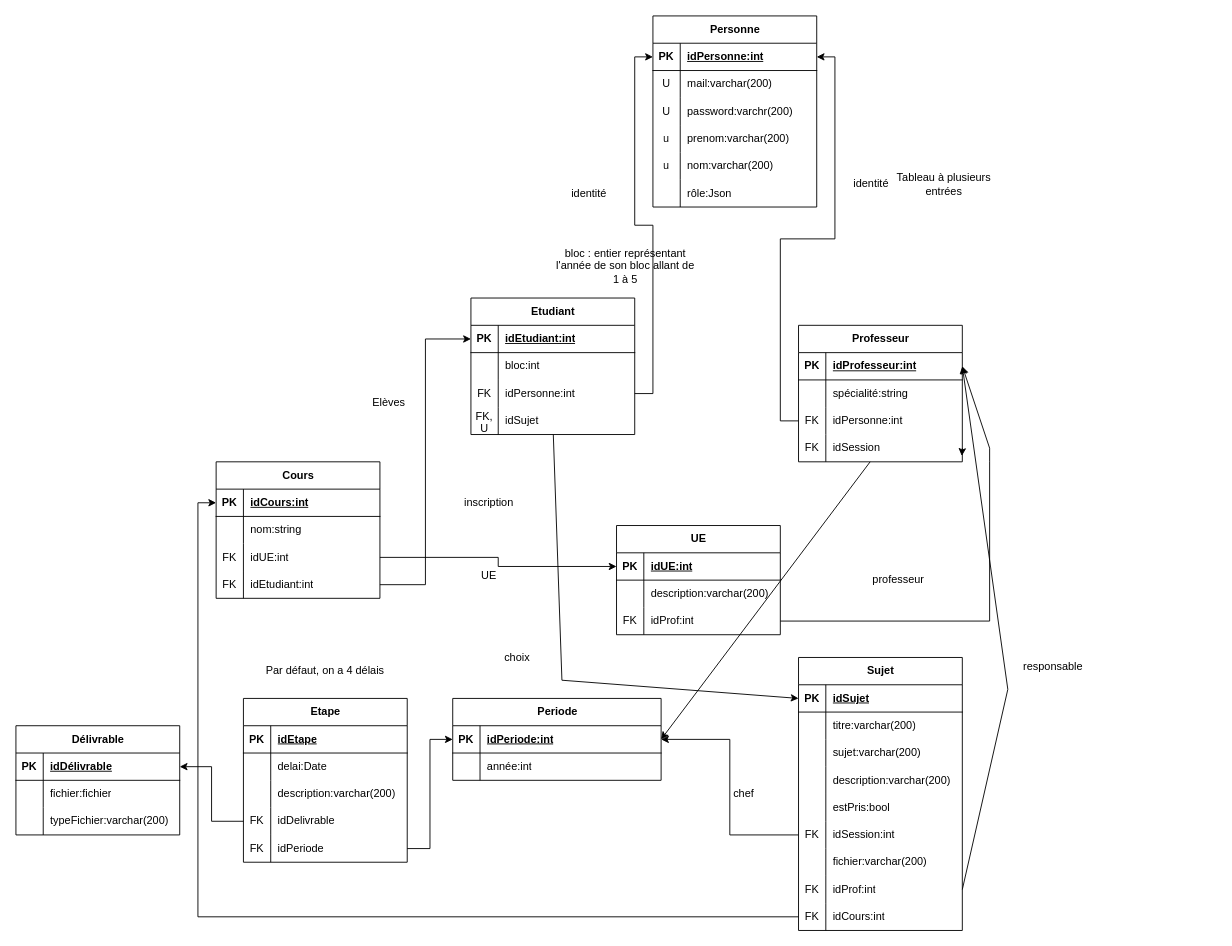
Above: page "Schéma relationnel" (1 of 2) of Docs/diagrammes/entiteRelationBD.drawio in Eragon6080/ProjetLogiciel2024 (draw.io), before the change. Source tidied: cells renumbered, new cells numbered last; positions are measured from the earlier drawing's top-left corner, leaving out a move shared by most shapes. Both pictures are drawn from the tidied source at 91%, with x=0, y=0 at pixel (15, 15).
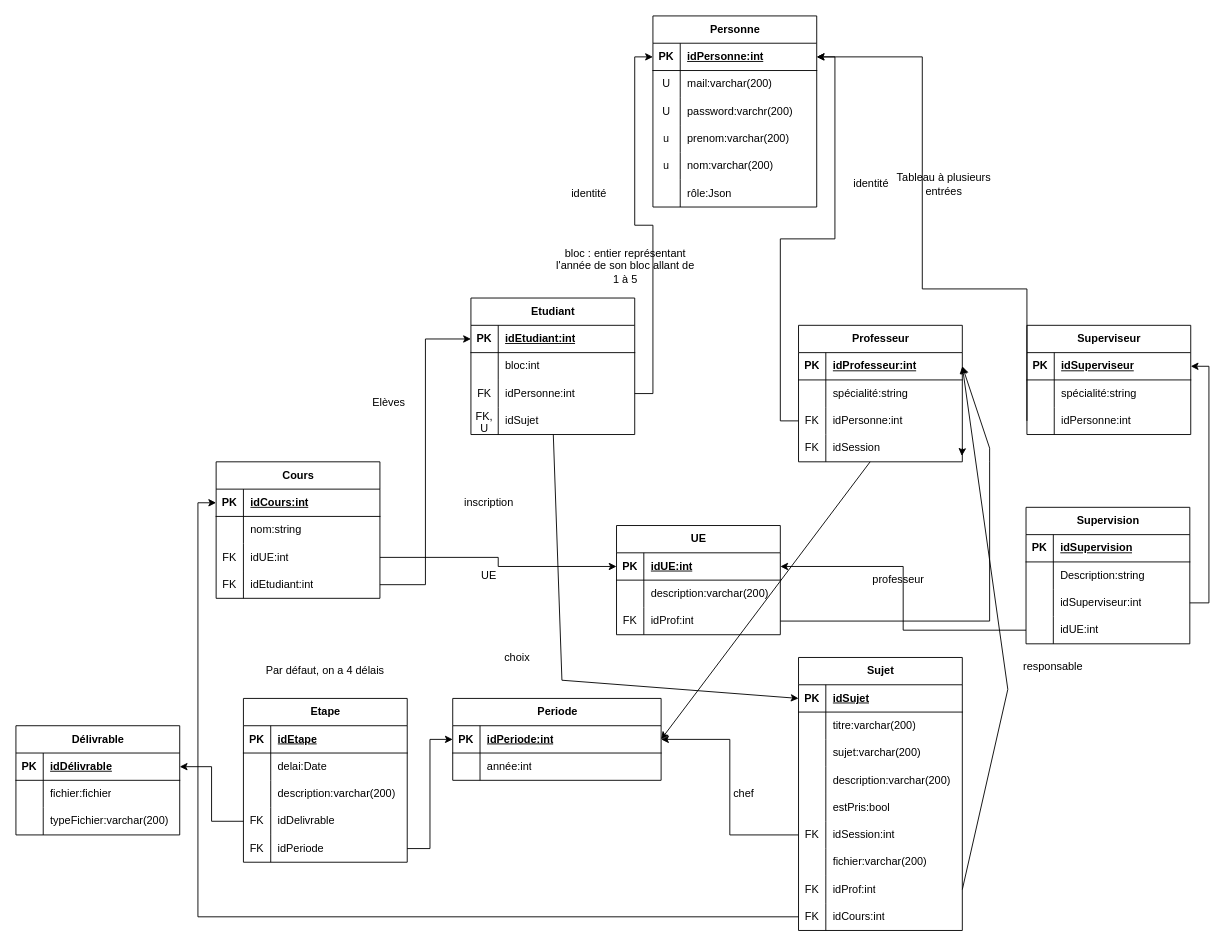
The same page after the edit.

Commit message (it also covers changes not shown here):
Mise à jour des schémas + script d'init BD Je suis partie sur l'id qu'une UE peut avoir plusieurs superviseur et qu'un superviseur peut superviser plusieurs cours pour refléter le cas de l'unif

The change refers to these unchanged cells:
```xml
<mxCell id="33" style="shape=tableRow;horizontal=0;startSize=0;swimlaneHead=0;swimlaneBody=0;fillColor=none;points=[[0,0.5],[1,0.5]];portConstraint=eastwest;top=0;left=0;right=0;bottom=1;" parent="32" vertex="1">
  <mxGeometry y="30" width="180" height="30" as="geometry" />
</mxCell>
<mxCell id="81" style="shape=tableRow;horizontal=0;startSize=0;swimlaneHead=0;swimlaneBody=0;fillColor=none;points=[[0,0.5],[1,0.5]];portConstraint=eastwest;top=0;left=0;right=0;bottom=1;" parent="80" vertex="1">
  <mxGeometry y="30" width="180" height="30" as="geometry" />
</mxCell>
```

What changed in the source:
```diff
@@
+    <mxCell id="157" value="Superviseur" style="shape=table;startSize=30;childLayout=tableLayout;rowLines=0;fontStyle=1;align=center;html=1;" parent="1" vertex="1">
+      <mxGeometry x="1111" y="340" width="180" height="120" as="geometry" />
+    </mxCell>
+    <mxCell id="158" style="shape=tableRow;horizontal=0;startSize=0;swimlaneHead=0;swimlaneBody=0;fillColor=none;points=[[0,0.5],[1,0.5]];portConstraint=eastwest;top=0;left=0;right=0;bottom=1;" parent="157" vertex="1">
+      <mxGeometry y="30" width="180" height="30" as="geometry" />
+    </mxCell>
+    <mxCell id="159" value="PK" style="shape=partialRectangle;fillColor=none;top=0;left=0;bottom=0;right=0;fontStyle=1;overflow=hidden;whiteSpace=wrap;html=1;" parent="158" vertex="1">
+      <mxGeometry width="30" height="30" as="geometry" />
+    </mxCell>
+    <mxCell id="160" value="idSuperviseur" style="shape=partialRectangle;fillColor=none;top=0;left=0;bottom=0;right=0;align=left;spacingLeft=6;fontStyle=5;overflow=hidden;whiteSpace=wrap;html=1;" parent="158" vertex="1">
+      <mxGeometry x="30" width="150" height="30" as="geometry" />
+    </mxCell>
+    <mxCell id="161" style="shape=tableRow;horizontal=0;startSize=0;swimlaneHead=0;swimlaneBody=0;fillColor=none;top=0;left=0;right=0;bottom=0;" parent="157" vertex="1">
+      <mxGeometry y="60" width="180" height="30" as="geometry" />
+    </mxCell>
+    <mxCell id="162" style="shape=partialRectangle;fillColor=none;top=0;left=0;bottom=0;right=0;overflow=hidden;whiteSpace=wrap;html=1;" parent="161" vertex="1">
+      <mxGeometry width="30" height="30" as="geometry" />
+    </mxCell>
+    <mxCell id="163" value="spécialité:string" style="shape=partialRectangle;fillColor=none;top=0;left=0;bottom=0;right=0;align=left;spacingLeft=6;overflow=hidden;whiteSpace=wrap;html=1;" parent="161" vertex="1">
+      <mxGeometry x="30" width="150" height="30" as="geometry" />
+    </mxCell>
+    <mxCell id="164" style="shape=tableRow;horizontal=0;startSize=0;swimlaneHead=0;swimlaneBody=0;fillColor=none;points=[[0,0.5],[1,0.5]];portConstraint=eastwest;top=0;left=0;right=0;bottom=0;" parent="157" vertex="1">
+      <mxGeometry y="90" width="180" height="30" as="geometry" />
+    </mxCell>
+    <mxCell id="165" style="shape=partialRectangle;fillColor=none;top=0;left=0;bottom=0;right=0;overflow=hidden;whiteSpace=wrap;html=1;" parent="164" vertex="1">
+      <mxGeometry width="30" height="30" as="geometry" />
+    </mxCell>
+    <mxCell id="166" value="idPersonne:int" style="shape=partialRectangle;fillColor=none;top=0;left=0;bottom=0;right=0;align=left;spacingLeft=6;overflow=hidden;whiteSpace=wrap;html=1;" parent="164" vertex="1">
+      <mxGeometry x="30" width="150" height="30" as="geometry" />
+    </mxCell>
+    <mxCell id="167" style="edgeStyle=orthogonalEdgeStyle;rounded=0;jettySize=auto;html=1;exitX=0;exitY=0.5;exitDx=0;exitDy=0;entryX=1;entryY=0.5;entryDx=0;entryDy=0;" parent="1" edge="1" source="164" target="33">
+      <mxGeometry relative="1" as="geometry">
+        <Array as="points">
+          <mxPoint x="1111" y="300" />
+          <mxPoint x="996" y="300" />
+          <mxPoint x="996" y="45" />
+        </Array>
+      </mxGeometry>
+    </mxCell>
+    <mxCell id="168" value="Supervision" style="shape=table;startSize=30;childLayout=tableLayout;rowLines=0;fontStyle=1;align=center;html=1;" parent="1" vertex="1">
+      <mxGeometry x="1110" y="540" width="180" height="150" as="geometry" />
+    </mxCell>
+    <mxCell id="169" style="shape=tableRow;horizontal=0;startSize=0;swimlaneHead=0;swimlaneBody=0;fillColor=none;top=0;left=0;right=0;bottom=1;" parent="168" vertex="1">
+      <mxGeometry y="30" width="180" height="30" as="geometry" />
+    </mxCell>
+    <mxCell id="170" value="PK" style="shape=partialRectangle;fillColor=none;top=0;left=0;bottom=0;right=0;fontStyle=1;overflow=hidden;whiteSpace=wrap;html=1;" parent="169" vertex="1">
+      <mxGeometry width="30" height="30" as="geometry" />
+    </mxCell>
+    <mxCell id="171" value="idSupervision" style="shape=partialRectangle;fillColor=none;top=0;left=0;bottom=0;right=0;align=left;spacingLeft=6;fontStyle=5;overflow=hidden;whiteSpace=wrap;html=1;" parent="169" vertex="1">
+      <mxGeometry x="30" width="150" height="30" as="geometry" />
+    </mxCell>
+    <mxCell id="172" style="shape=tableRow;horizontal=0;startSize=0;swimlaneHead=0;swimlaneBody=0;fillColor=none;top=0;left=0;right=0;bottom=0;" parent="168" vertex="1">
+      <mxGeometry y="60" width="180" height="30" as="geometry" />
+    </mxCell>
+    <mxCell id="173" style="shape=partialRectangle;fillColor=none;top=0;left=0;bottom=0;right=0;overflow=hidden;whiteSpace=wrap;html=1;" parent="172" vertex="1">
+      <mxGeometry width="30" height="30" as="geometry" />
+    </mxCell>
+    <mxCell id="174" value="Description:string" style="shape=partialRectangle;fillColor=none;top=0;left=0;bottom=0;right=0;align=left;spacingLeft=6;overflow=hidden;whiteSpace=wrap;html=1;" parent="172" vertex="1">
+      <mxGeometry x="30" width="150" height="30" as="geometry" />
+    </mxCell>
+    <mxCell id="175" style="shape=tableRow;horizontal=0;startSize=0;swimlaneHead=0;swimlaneBody=0;fillColor=none;points=[[0,0.5],[1,0.5]];portConstraint=eastwest;top=0;left=0;right=0;bottom=0;" parent="168" vertex="1">
+      <mxGeometry y="90" width="180" height="30" as="geometry" />
+    </mxCell>
+    <mxCell id="176" style="shape=partialRectangle;fillColor=none;top=0;left=0;bottom=0;right=0;overflow=hidden;whiteSpace=wrap;html=1;" parent="175" vertex="1">
+      <mxGeometry width="30" height="30" as="geometry" />
+    </mxCell>
+    <mxCell id="177" value="idSuperviseur:int" style="shape=partialRectangle;fillColor=none;top=0;left=0;bottom=0;right=0;align=left;spacingLeft=6;overflow=hidden;whiteSpace=wrap;html=1;" parent="175" vertex="1">
+      <mxGeometry x="30" width="150" height="30" as="geometry" />
+    </mxCell>
+    <mxCell id="178" style="shape=tableRow;horizontal=0;startSize=0;swimlaneHead=0;swimlaneBody=0;fillColor=none;points=[[0,0.5],[1,0.5]];portConstraint=eastwest;top=0;left=0;right=0;bottom=0;" parent="168" vertex="1">
+      <mxGeometry y="120" width="180" height="30" as="geometry" />
+    </mxCell>
+    <mxCell id="179" style="shape=partialRectangle;fillColor=none;top=0;left=0;bottom=0;right=0;overflow=hidden;whiteSpace=wrap;html=1;" parent="178" vertex="1">
+      <mxGeometry width="30" height="30" as="geometry" />
+    </mxCell>
+    <mxCell id="180" value="idUE:int" style="shape=partialRectangle;fillColor=none;top=0;left=0;bottom=0;right=0;align=left;spacingLeft=6;overflow=hidden;whiteSpace=wrap;html=1;" parent="178" vertex="1">
+      <mxGeometry x="30" width="150" height="30" as="geometry" />
+    </mxCell>
+    <mxCell id="181" style="edgeStyle=orthogonalEdgeStyle;rounded=0;jettySize=auto;html=1;exitX=1;exitY=0.5;exitDx=0;exitDy=0;entryX=1;entryY=0.5;entryDx=0;entryDy=0;" parent="1" edge="1" source="175" target="158">
+      <mxGeometry relative="1" as="geometry" />
+    </mxCell>
+    <mxCell id="182" style="edgeStyle=orthogonalEdgeStyle;rounded=0;jettySize=auto;html=1;exitX=0;exitY=0.5;exitDx=0;exitDy=0;" parent="1" edge="1" source="178" target="81">
+      <mxGeometry relative="1" as="geometry" />
+    </mxCell>
```
